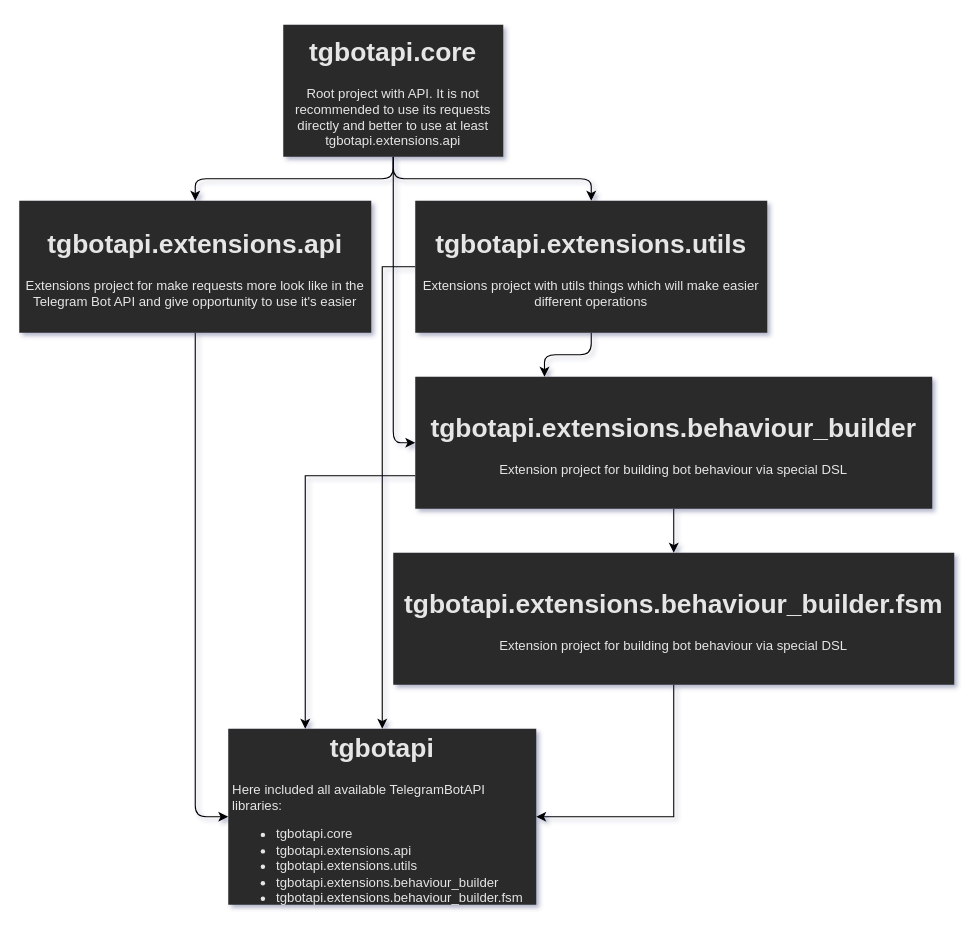
InsanusMokrassar/ktgbotapi keeps this draw.io diagram as TelegramBotAPI.drawio. Above is the earlier version. Source tidied: cells renumbered, new cells numbered last; positions are measured from the earlier drawing's top-left corner, leaving out a move shared by most shapes. Both pictures are drawn from the tidied source at 110%, with x=0, y=0 at pixel (19, 24).
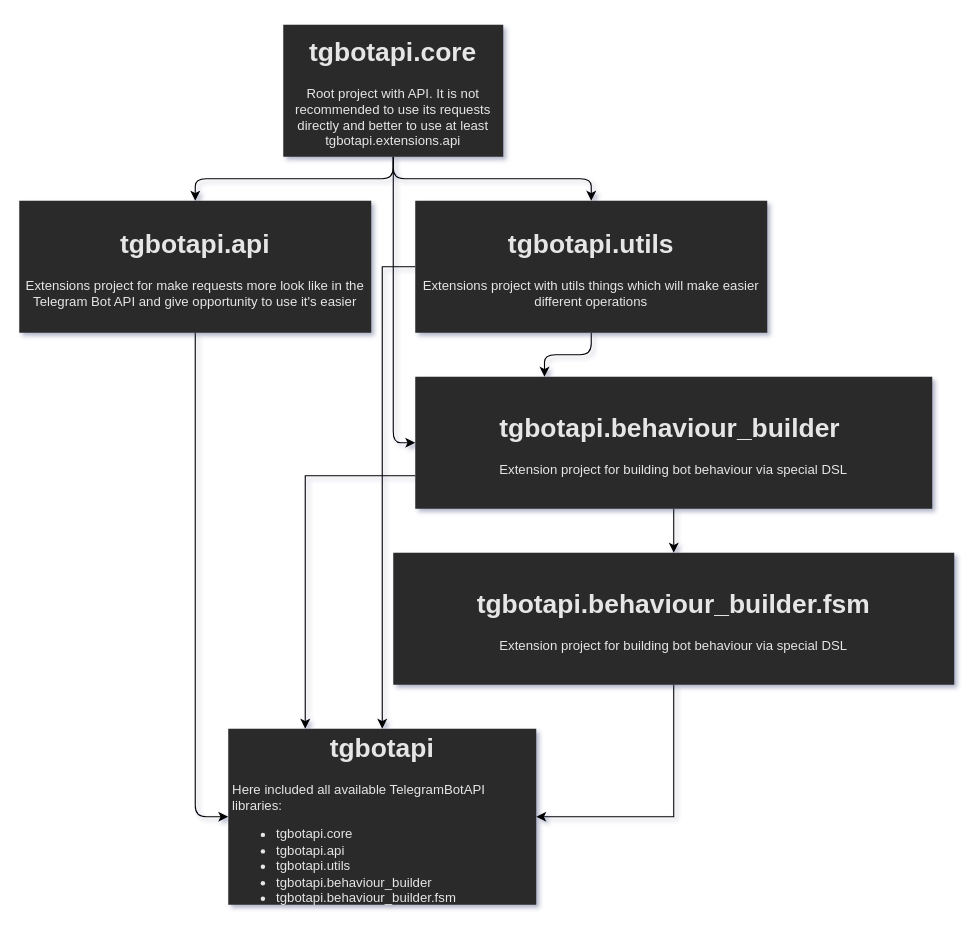
Above is the later version.

Change to the diagram source:
```diff
@@
 <mxGraphModel shadow="1">
   <root>
     <mxCell id="0" />
     <mxCell id="1" parent="0" />
     <mxCell id="2" style="edgeStyle=orthogonalEdgeStyle;jettySize=auto;html=1;entryX=0;entryY=0.5;entryDx=0;entryDy=0;" parent="1" edge="1" source="3" target="14">
       <mxGeometry relative="1" as="geometry" />
     </mxCell>
-    <mxCell id="3" value="&lt;h1&gt;&lt;span style=&quot;text-align: left&quot;&gt;&lt;span style=&quot;line-height: 28.8px&quot;&gt;&lt;b style=&quot;font-size: 24px&quot;&gt;tgbotapi.extensions.api&lt;/b&gt;&lt;/span&gt;&lt;/span&gt;&lt;/h1&gt;&lt;p&gt;&lt;span style=&quot;text-align: left&quot;&gt;Extensions project for make requests more look like in the Telegram Bot API and give opportunity to use it's easier&lt;/span&gt;&lt;/p&gt;" style="text;html=1;align=center;verticalAlign=middle;shadow=0;glass=0;spacing=5;whiteSpace=wrap;fillColor=#2a2a2a;fontColor=#E6E6E6;" parent="1" vertex="1">
+    <mxCell id="3" value="&lt;h1&gt;&lt;span style=&quot;text-align: left&quot;&gt;&lt;span style=&quot;line-height: 28.8px&quot;&gt;&lt;b style=&quot;font-size: 24px&quot;&gt;tgbotapi.api&lt;/b&gt;&lt;/span&gt;&lt;/span&gt;&lt;/h1&gt;&lt;p&gt;&lt;span style=&quot;text-align: left&quot;&gt;Extensions project for make requests more look like in the Telegram Bot API and give opportunity to use it's easier&lt;/span&gt;&lt;/p&gt;" style="text;html=1;align=center;verticalAlign=middle;shadow=0;glass=0;spacing=5;whiteSpace=wrap;fillColor=#2a2a2a;fontColor=#E6E6E6;" parent="1" vertex="1">
       <mxGeometry y="160" width="320" height="120" as="geometry" />
     </mxCell>
     <mxCell id="4" style="edgeStyle=orthogonalEdgeStyle;jettySize=auto;html=1;entryX=0.5;entryY=0;entryDx=0;entryDy=0;" parent="1" edge="1" source="7" target="3">
       <mxGeometry relative="1" as="geometry" />
     </mxCell>
     <mxCell id="5" style="edgeStyle=orthogonalEdgeStyle;jettySize=auto;html=1;entryX=0.5;entryY=0;entryDx=0;entryDy=0;" parent="1" edge="1" source="7" target="10">
       <mxGeometry relative="1" as="geometry" />
     </mxCell>
     <mxCell id="6" style="edgeStyle=orthogonalEdgeStyle;jettySize=auto;html=1;entryX=0;entryY=0.5;entryDx=0;entryDy=0;" parent="1" edge="1" source="7" target="13">
       <mxGeometry relative="1" as="geometry" />
     </mxCell>
     <mxCell id="7" value="&lt;p style=&quot;line-height: 140%&quot;&gt;&lt;/p&gt;&lt;h1&gt;&lt;span style=&quot;font-size: 24px&quot;&gt;&lt;b&gt;tgbotapi.core&lt;/b&gt;&lt;/span&gt;&lt;/h1&gt;&lt;p&gt;&lt;span style=&quot;font-size: 12px ; font-weight: normal&quot;&gt;Root project with API. It is not recommended to use its requests directly and better to use at least tgbotapi.extensions.api&lt;/span&gt;&lt;/p&gt;&lt;p&gt;&lt;/p&gt;" style="text;html=1;align=center;verticalAlign=middle;shadow=0;glass=0;spacing=5;whiteSpace=wrap;fillColor=#2a2a2a;fontColor=#E6E6E6;" parent="1" vertex="1">
       <mxGeometry x="240" width="200" height="120" as="geometry" />
     </mxCell>
     <mxCell id="8" style="edgeStyle=orthogonalEdgeStyle;jettySize=auto;html=1;entryX=0.25;entryY=0;entryDx=0;entryDy=0;" parent="1" edge="1" source="10" target="13">
       <mxGeometry relative="1" as="geometry" />
     </mxCell>
     <mxCell id="9" style="edgeStyle=orthogonalEdgeStyle;rounded=0;jettySize=auto;html=1;exitX=0;exitY=0.5;exitDx=0;exitDy=0;entryX=0.5;entryY=0;entryDx=0;entryDy=0;" parent="1" edge="1" source="10" target="14">
       <mxGeometry relative="1" as="geometry">
         <Array as="points">
           <mxPoint x="330" y="220" />
         </Array>
       </mxGeometry>
     </mxCell>
-    <mxCell id="10" value="&lt;h1&gt;&lt;span style=&quot;text-align: left&quot;&gt;&lt;span style=&quot;line-height: 28.8px&quot;&gt;&lt;b style=&quot;font-size: 24px&quot;&gt;tgbotapi.extensions.utils&lt;/b&gt;&lt;/span&gt;&lt;/span&gt;&lt;/h1&gt;&lt;p&gt;Extensions project with utils things which will make easier different operations&lt;br&gt;&lt;/p&gt;" style="text;html=1;align=center;verticalAlign=middle;shadow=0;glass=0;spacing=5;whiteSpace=wrap;fillColor=#2a2a2a;fontColor=#E6E6E6;" parent="1" vertex="1">
+    <mxCell id="10" value="&lt;h1&gt;&lt;span style=&quot;text-align: left&quot;&gt;&lt;span style=&quot;line-height: 28.8px&quot;&gt;&lt;b style=&quot;font-size: 24px&quot;&gt;tgbotapi.utils&lt;/b&gt;&lt;/span&gt;&lt;/span&gt;&lt;/h1&gt;&lt;p&gt;Extensions project with utils things which will make easier different operations&lt;br&gt;&lt;/p&gt;" style="text;html=1;align=center;verticalAlign=middle;shadow=0;glass=0;spacing=5;whiteSpace=wrap;fillColor=#2a2a2a;fontColor=#E6E6E6;" parent="1" vertex="1">
       <mxGeometry x="360" y="160" width="320" height="120" as="geometry" />
     </mxCell>
     <mxCell id="11" style="edgeStyle=orthogonalEdgeStyle;rounded=0;jettySize=auto;html=1;exitX=0.5;exitY=1;exitDx=0;exitDy=0;" parent="1" edge="1" source="13" target="16">
       <mxGeometry relative="1" as="geometry" />
     </mxCell>
     <mxCell id="12" style="edgeStyle=orthogonalEdgeStyle;rounded=0;jettySize=auto;html=1;exitX=0;exitY=0.75;exitDx=0;exitDy=0;entryX=0.25;entryY=0;entryDx=0;entryDy=0;" parent="1" edge="1" source="13" target="14">
       <mxGeometry relative="1" as="geometry" />
     </mxCell>
-    <mxCell id="13" value="&lt;h1 style=&quot;text-align: left&quot;&gt;&lt;span style=&quot;font-size: 24px&quot;&gt;&lt;b&gt;tgbotapi.extensions.behaviour_builder&lt;/b&gt;&lt;/span&gt;&lt;/h1&gt;&lt;p&gt;&lt;span style=&quot;font-size: 12px ; font-weight: 400&quot;&gt;Extension project for building bot behaviour via special DSL&lt;/span&gt;&lt;/p&gt;" style="text;html=1;align=center;verticalAlign=middle;shadow=0;glass=0;spacing=5;whiteSpace=wrap;fillColor=#2a2a2a;fontColor=#E6E6E6;" parent="1" vertex="1">
+    <mxCell id="13" value="&lt;h1 style=&quot;text-align: left&quot;&gt;&lt;span style=&quot;font-size: 24px&quot;&gt;&lt;b&gt;tgbotapi.behaviour_builder&lt;/b&gt;&lt;/span&gt;&lt;/h1&gt;&lt;p&gt;&lt;span style=&quot;font-size: 12px ; font-weight: 400&quot;&gt;Extension project for building bot behaviour via special DSL&lt;/span&gt;&lt;/p&gt;" style="text;html=1;align=center;verticalAlign=middle;shadow=0;glass=0;spacing=5;whiteSpace=wrap;fillColor=#2a2a2a;fontColor=#E6E6E6;" parent="1" vertex="1">
       <mxGeometry x="360" y="320" width="470" height="120" as="geometry" />
     </mxCell>
-    <mxCell id="14" value="&lt;p style=&quot;line-height: 140%&quot;&gt;&lt;/p&gt;&lt;h1&gt;&lt;span style=&quot;font-size: 24px&quot;&gt;&lt;b&gt;tgbotapi&lt;/b&gt;&lt;/span&gt;&lt;/h1&gt;&lt;p style=&quot;text-align: left&quot;&gt;Here included all available TelegramBotAPI libraries:&lt;/p&gt;&lt;p&gt;&lt;/p&gt;&lt;ul&gt;&lt;li style=&quot;text-align: left&quot;&gt;tgbotapi.core&lt;/li&gt;&lt;li style=&quot;text-align: left&quot;&gt;tgbotapi.extensions.api&lt;/li&gt;&lt;li style=&quot;text-align: left&quot;&gt;tgbotapi.extensions.utils&lt;/li&gt;&lt;li style=&quot;text-align: left&quot;&gt;tgbotapi.extensions.behaviour_builder&lt;/li&gt;&lt;li style=&quot;text-align: left&quot;&gt;tgbotapi.extensions.behaviour_builder.fsm&lt;/li&gt;&lt;/ul&gt;&lt;p&gt;&lt;/p&gt;&lt;p&gt;&lt;/p&gt;" style="text;html=1;align=center;verticalAlign=middle;shadow=0;glass=0;spacing=5;whiteSpace=wrap;fillColor=#2a2a2a;fontColor=#E6E6E6;" parent="1" vertex="1">
+    <mxCell id="14" value="&lt;p style=&quot;line-height: 140%&quot;&gt;&lt;/p&gt;&lt;h1&gt;&lt;span style=&quot;font-size: 24px&quot;&gt;&lt;b&gt;tgbotapi&lt;/b&gt;&lt;/span&gt;&lt;/h1&gt;&lt;p style=&quot;text-align: left&quot;&gt;Here included all available TelegramBotAPI libraries:&lt;/p&gt;&lt;p&gt;&lt;/p&gt;&lt;ul&gt;&lt;li style=&quot;text-align: left&quot;&gt;tgbotapi.core&lt;/li&gt;&lt;li style=&quot;text-align: left&quot;&gt;tgbotapi.api&lt;/li&gt;&lt;li style=&quot;text-align: left&quot;&gt;tgbotapi.utils&lt;/li&gt;&lt;li style=&quot;text-align: left&quot;&gt;tgbotapi.behaviour_builder&lt;/li&gt;&lt;li style=&quot;text-align: left&quot;&gt;tgbotapi.behaviour_builder.fsm&lt;/li&gt;&lt;/ul&gt;&lt;p&gt;&lt;/p&gt;&lt;p&gt;&lt;/p&gt;" style="text;html=1;align=center;verticalAlign=middle;shadow=0;glass=0;spacing=5;whiteSpace=wrap;fillColor=#2a2a2a;fontColor=#E6E6E6;" parent="1" vertex="1">
       <mxGeometry x="190" y="640" width="280" height="160" as="geometry" />
     </mxCell>
     <mxCell id="15" style="edgeStyle=orthogonalEdgeStyle;rounded=0;jettySize=auto;html=1;exitX=0.5;exitY=1;exitDx=0;exitDy=0;entryX=1;entryY=0.5;entryDx=0;entryDy=0;" parent="1" edge="1" source="16" target="14">
       <mxGeometry relative="1" as="geometry" />
     </mxCell>
-    <mxCell id="16" value="&lt;h1 style=&quot;text-align: left&quot;&gt;&lt;span style=&quot;font-size: 24px&quot;&gt;&lt;b&gt;tgbotapi.extensions.behaviour_builder.fsm&lt;/b&gt;&lt;/span&gt;&lt;/h1&gt;&lt;p&gt;&lt;span style=&quot;font-size: 12px ; font-weight: 400&quot;&gt;Extension project for building bot behaviour via special DSL&lt;/span&gt;&lt;/p&gt;" style="text;html=1;align=center;verticalAlign=middle;shadow=0;glass=0;spacing=5;whiteSpace=wrap;fillColor=#2a2a2a;fontColor=#E6E6E6;" parent="1" vertex="1">
+    <mxCell id="16" value="&lt;h1 style=&quot;text-align: left&quot;&gt;&lt;span style=&quot;font-size: 24px&quot;&gt;&lt;b&gt;tgbotapi.behaviour_builder.fsm&lt;/b&gt;&lt;/span&gt;&lt;/h1&gt;&lt;p&gt;&lt;span style=&quot;font-size: 12px ; font-weight: 400&quot;&gt;Extension project for building bot behaviour via special DSL&lt;/span&gt;&lt;/p&gt;" style="text;html=1;align=center;verticalAlign=middle;shadow=0;glass=0;spacing=5;whiteSpace=wrap;fillColor=#2a2a2a;fontColor=#E6E6E6;" parent="1" vertex="1">
       <mxGeometry x="340" y="480" width="510" height="120" as="geometry" />
     </mxCell>
   </root>
 </mxGraphModel>
```
